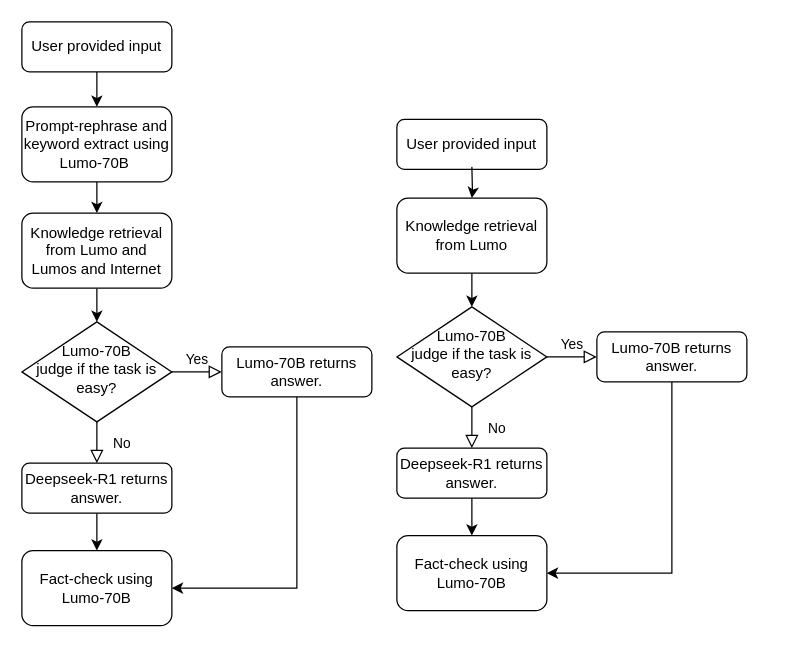
Above: Untitled Diagram.drawio in miller-loves-ai/host-your-llm (draw.io), before the change. Source tidied: cells renumbered, new cells numbered last; positions are measured from the earlier drawing's top-left corner, leaving out a move shared by most shapes. Both pictures are drawn from the tidied source at 125%, with x=0, y=0 at pixel (21, 21).
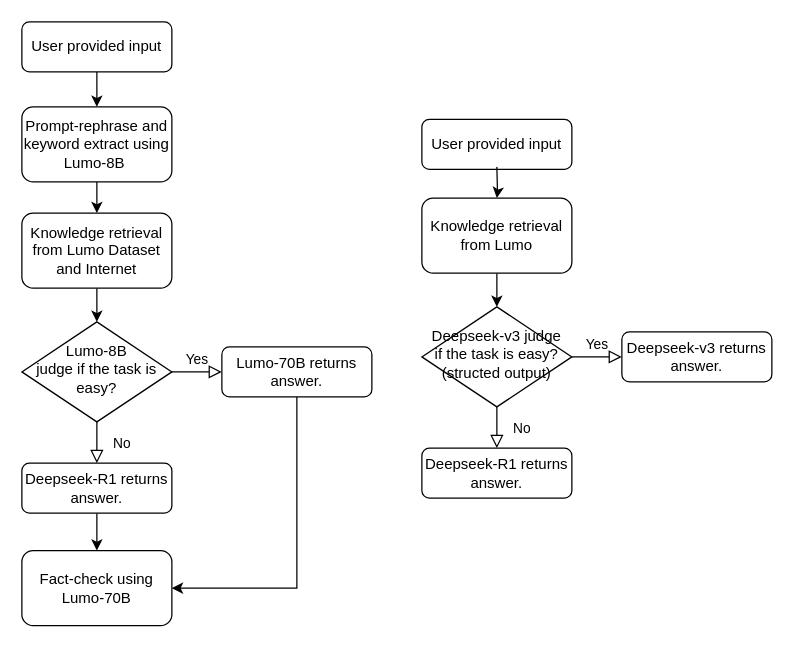
Above is the later version.

Change to the diagram source:
```diff
@@
-    <mxCell id="5" value="Lumo-70B&lt;div&gt;judge if the task is easy?&lt;/div&gt;" style="rhombus;whiteSpace=wrap;html=1;shadow=0;fontFamily=Helvetica;fontSize=12;align=center;strokeWidth=1;spacing=6;spacingTop=-4;" parent="1" vertex="1">
+    <mxCell id="5" value="Lumo-8B&lt;div&gt;judge if the task is easy?&lt;/div&gt;" style="rhombus;whiteSpace=wrap;html=1;shadow=0;fontFamily=Helvetica;fontSize=12;align=center;strokeWidth=1;spacing=6;spacingTop=-4;" parent="1" vertex="1">
       <mxGeometry y="240" width="120" height="80" as="geometry" />
     </mxCell>
@@
-    <mxCell id="12" value="Prompt-rephrase and keyword extract using Lumo-70B&amp;nbsp;" style="rounded=1;whiteSpace=wrap;html=1;" parent="1" vertex="1">
+    <mxCell id="12" value="Prompt-rephrase and keyword extract using Lumo-8B&amp;nbsp;" style="rounded=1;whiteSpace=wrap;html=1;" parent="1" vertex="1">
       <mxGeometry y="68" width="120" height="60" as="geometry" />
     </mxCell>
@@
-    <mxCell id="14" value="Knowledge retrieval from Lumo and Lumos and Internet" style="rounded=1;whiteSpace=wrap;html=1;" parent="1" vertex="1">
+    <mxCell id="14" value="Knowledge retrieval from Lumo Dataset and Internet" style="rounded=1;whiteSpace=wrap;html=1;" parent="1" vertex="1">
       <mxGeometry y="153" width="120" height="60" as="geometry" />
     </mxCell>
@@
     <mxCell id="16" value="User provided input" style="rounded=1;whiteSpace=wrap;html=1;fontSize=12;glass=0;strokeWidth=1;shadow=0;" parent="1" vertex="1">
-      <mxGeometry x="300" y="78" width="120" height="40" as="geometry" />
+      <mxGeometry x="320" y="78" width="120" height="40" as="geometry" />
     </mxCell>
@@
-    <mxCell id="18" value="Lumo-70B&lt;div&gt;judge if the task is easy?&lt;/div&gt;" style="rhombus;whiteSpace=wrap;html=1;shadow=0;fontFamily=Helvetica;fontSize=12;align=center;strokeWidth=1;spacing=6;spacingTop=-4;" parent="1" vertex="1">
-      <mxGeometry x="300" y="228" width="120" height="80" as="geometry" />
+    <mxCell id="18" value="&lt;div&gt;Deepseek-v3 judge if the task is easy?&lt;br&gt;(structed output)&lt;/div&gt;" style="rhombus;whiteSpace=wrap;html=1;shadow=0;fontFamily=Helvetica;fontSize=12;align=center;strokeWidth=1;spacing=6;spacingTop=-4;" parent="1" vertex="1">
+      <mxGeometry x="320" y="228" width="120" height="80" as="geometry" />
     </mxCell>
-    <mxCell id="19" style="edgeStyle=orthogonalEdgeStyle;rounded=0;jettySize=auto;html=1;exitX=0.5;exitY=1;exitDx=0;exitDy=0;entryX=1;entryY=0.5;entryDx=0;entryDy=0;" parent="1" edge="1" source="20" target="27">
-      <mxGeometry relative="1" as="geometry" />
-    </mxCell>
-    <mxCell id="20" value="Lumo-70B returns answer." style="rounded=1;whiteSpace=wrap;html=1;fontSize=12;glass=0;strokeWidth=1;shadow=0;" parent="1" vertex="1">
-      <mxGeometry x="460" y="248" width="120" height="40" as="geometry" />
+    <mxCell id="20" value="Deepseek-v3&amp;nbsp;returns answer." style="rounded=1;whiteSpace=wrap;html=1;fontSize=12;glass=0;strokeWidth=1;shadow=0;" parent="1" vertex="1">
+      <mxGeometry x="480" y="248" width="120" height="40" as="geometry" />
     </mxCell>
@@
-    <mxCell id="22" style="edgeStyle=orthogonalEdgeStyle;rounded=0;jettySize=auto;html=1;exitX=0.5;exitY=1;exitDx=0;exitDy=0;entryX=0.5;entryY=0;entryDx=0;entryDy=0;" parent="1" edge="1" source="23" target="27">
-      <mxGeometry relative="1" as="geometry" />
-    </mxCell>
     <mxCell id="23" value="Deepseek-R1 returns answer." style="rounded=1;whiteSpace=wrap;html=1;fontSize=12;glass=0;strokeWidth=1;shadow=0;" parent="1" vertex="1">
-      <mxGeometry x="300" y="341" width="120" height="40" as="geometry" />
+      <mxGeometry x="320" y="341" width="120" height="40" as="geometry" />
     </mxCell>
     <mxCell id="24" style="edgeStyle=orthogonalEdgeStyle;rounded=0;jettySize=auto;html=1;" parent="1" edge="1" target="26">
       <mxGeometry relative="1" as="geometry">
-        <mxPoint x="360" y="116" as="sourcePoint" />
+        <mxPoint x="380" y="116" as="sourcePoint" />
       </mxGeometry>
     </mxCell>
@@
     <mxCell id="26" value="Knowledge retrieval from Lumo" style="rounded=1;whiteSpace=wrap;html=1;" parent="1" vertex="1">
-      <mxGeometry x="300" y="141" width="120" height="60" as="geometry" />
+      <mxGeometry x="320" y="141" width="120" height="60" as="geometry" />
     </mxCell>
-    <mxCell id="27" value="Fact-check using Lumo-70B" style="rounded=1;whiteSpace=wrap;html=1;" parent="1" vertex="1">
-      <mxGeometry x="300" y="411" width="120" height="60" as="geometry" />
-    </mxCell>
```
